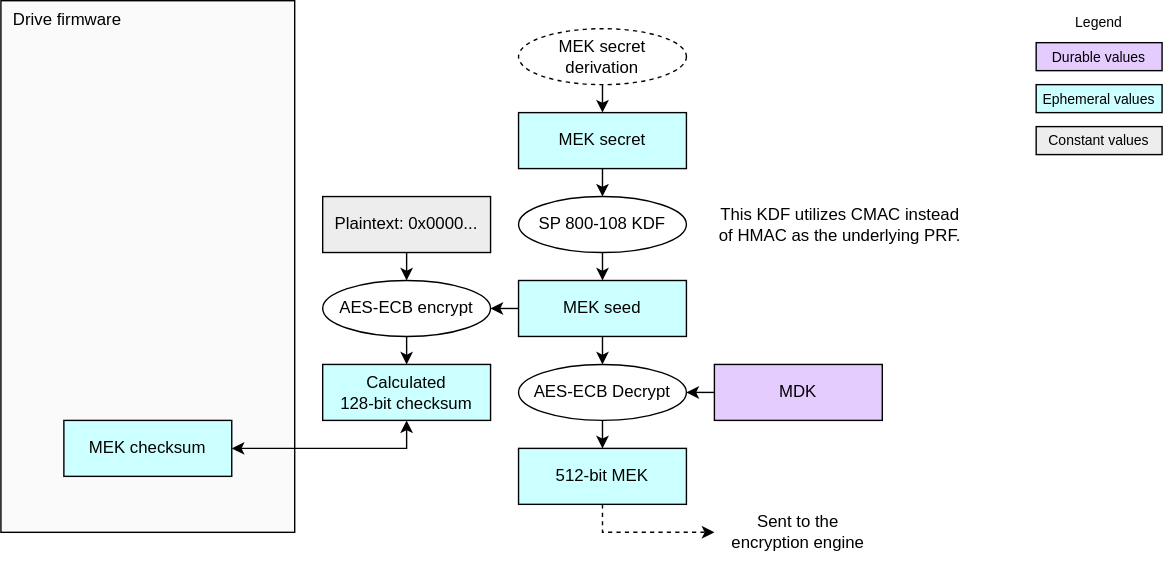
Earlier version of the draw.io export doc/ocp_lock/diagrams/mek_derive.drawio.svg (chipsalliance/Caliptra). Source tidied: cells renumbered, new cells last; positions are measured from the earlier drawing's top-left corner, leaving out a move shared by most shapes.
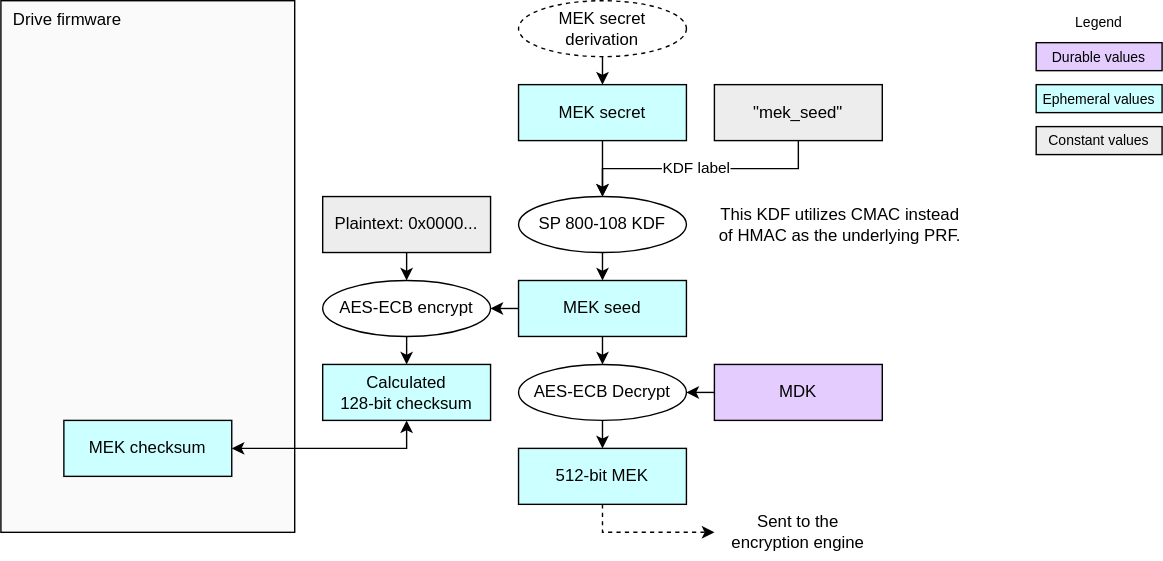
The same file after the commit.

What changed in the source:
```diff
@@ -18,13 +18,13 @@
       <mxGeometry relative="1" as="geometry" />
     </mxCell>
     <mxCell id="7" value="&lt;div&gt;&lt;font color=&quot;#000000&quot;&gt;MEK secret&lt;/font&gt;&lt;/div&gt;" style="rounded=0;whiteSpace=wrap;html=1;align=center;verticalAlign=middle;shadow=0;glass=0;spacingLeft=0;spacingBottom=0;spacingTop=0;fillColor=#CCFFFF;" parent="1" vertex="1">
-      <mxGeometry x="370" y="80" width="120" height="40" as="geometry" />
+      <mxGeometry x="370" y="60" width="120" height="40" as="geometry" />
     </mxCell>
     <mxCell id="8" style="edgeStyle=none;html=1;exitX=0.5;exitY=1;exitDx=0;exitDy=0;entryX=0.5;entryY=0;entryDx=0;entryDy=0;" parent="1" edge="1" source="9" target="7">
       <mxGeometry relative="1" as="geometry" />
     </mxCell>
     <mxCell id="9" value="MEK secret&lt;div&gt;derivation&lt;/div&gt;" style="ellipse;whiteSpace=wrap;html=1;fillColor=#FFFFFF;dashed=1;" parent="1" vertex="1">
-      <mxGeometry x="370" y="20" width="120" height="40" as="geometry" />
+      <mxGeometry x="370" width="120" height="40" as="geometry" />
     </mxCell>
     <mxCell id="10" value="&lt;div&gt;&lt;font color=&quot;#000000&quot;&gt;Constant values&lt;/font&gt;&lt;/div&gt;" style="rounded=0;whiteSpace=wrap;html=1;align=center;verticalAlign=middle;shadow=0;glass=0;spacingLeft=0;spacingBottom=0;spacingTop=0;fillColor=#EDEDED;fontSize=10;" parent="1" vertex="1">
       <mxGeometry x="740" y="90" width="90" height="20" as="geometry" />
@@ -89,5 +89,14 @@
     <mxCell id="30" value="&lt;div&gt;&lt;font color=&quot;#000000&quot;&gt;This KDF utilizes CMAC instead of HMAC as the underlying PRF.&lt;/font&gt;&lt;/div&gt;" style="text;strokeColor=none;align=center;fillColor=none;html=1;verticalAlign=middle;whiteSpace=wrap;rounded=0;" parent="1" vertex="1">
       <mxGeometry x="510" y="140" width="180" height="40" as="geometry" />
     </mxCell>
+    <mxCell id="31" style="edgeStyle=orthogonalEdgeStyle;html=1;exitX=0.5;exitY=1;exitDx=0;exitDy=0;entryX=0.5;entryY=0;entryDx=0;entryDy=0;rounded=0;" parent="1" edge="1" source="33" target="5">
+      <mxGeometry relative="1" as="geometry" />
+    </mxCell>
+    <mxCell id="32" value="KDF label" style="edgeLabel;html=1;align=center;verticalAlign=middle;" parent="31" vertex="1">
+      <mxGeometry x="0.04" y="-1" relative="1" as="geometry" />
+    </mxCell>
+    <mxCell id="33" value="&lt;div&gt;&lt;font color=&quot;#000000&quot;&gt;&quot;mek_seed&quot;&lt;/font&gt;&lt;/div&gt;" style="rounded=0;whiteSpace=wrap;html=1;align=center;verticalAlign=middle;shadow=0;glass=0;spacingLeft=0;spacingBottom=0;spacingTop=0;fillColor=#EDEDED;" parent="1" vertex="1">
+      <mxGeometry x="510" y="60" width="120" height="40" as="geometry" />
+    </mxCell>
   </root>
 </mxGraphModel>
```
